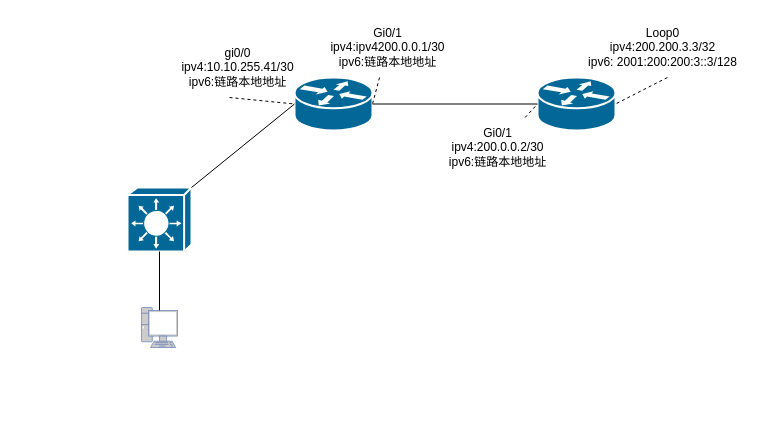
Naruterador/Networkt_topology keeps this draw.io diagram as Network/Untitled Diagram.drawio. Above is the earlier version. Source tidied: cells renumbered, new cells numbered last; positions are measured from the earlier drawing's top-left corner, leaving out a move shared by most shapes. Both pictures are drawn from the tidied source at 100%, with x=0, y=0 at pixel (127, 17).
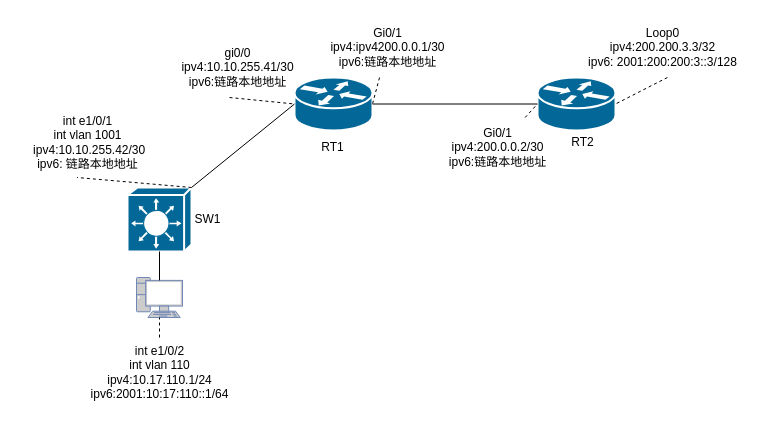
Above is the later version.

Commit message:
ipv6_nat

The change refers to these unchanged cells:
```xml
<mxCell id="4" style="shape=mxgraph.cisco.switches.layer_3_switch;sketch=0;html=1;dashed=0;fillColor=#036897;strokeColor=#ffffff;strokeWidth=2;verticalLabelPosition=bottom;verticalAlign=top;align=center;outlineConnect=0;" parent="1" vertex="1">
  <mxGeometry y="170" width="64" height="64" as="geometry" />
</mxCell>
```

What changed in the source:
```diff
@@
     <mxCell id="11" style="fontColor=#0066CC;verticalAlign=top;verticalLabelPosition=bottom;labelPosition=center;align=center;html=1;outlineConnect=0;fillColor=#CCCCCC;strokeColor=#6881B3;gradientColor=none;gradientDirection=north;strokeWidth=2;shape=mxgraph.networks.pc;" parent="1" vertex="1">
-      <mxGeometry x="14" y="290" width="36" height="40" as="geometry" />
+      <mxGeometry x="9" y="260" width="46" height="40" as="geometry" />
     </mxCell>
@@
+    <mxCell id="17" value="int e1/0/1&lt;br&gt;int vlan 1001&lt;br&gt;&lt;div&gt;&amp;nbsp;ipv4:10.10.255.42/30&lt;/div&gt;&lt;div&gt;ipv6: 链路本地地址&lt;/div&gt;" style="text;html=1;align=center;verticalAlign=middle;points=[];strokeColor=none;fillColor=none;" parent="1" vertex="1">
+      <mxGeometry x="-110" y="90" width="140" height="70" as="geometry" />
+    </mxCell>
+    <mxCell id="18" style="endArrow=none;dashed=1;html=1;rounded=0;entryX=0.425;entryY=1;entryDx=0;entryDy=0;entryPerimeter=0;exitX=1;exitY=0;exitDx=0;exitDy=0;exitPerimeter=0;" parent="1" edge="1" source="4" target="17">
+      <mxGeometry relative="1" as="geometry" />
+    </mxCell>
+    <mxCell id="19" value="int e1/0/2&lt;br&gt;int vlan 110&lt;br&gt;ipv4:10.17.110.1/24&lt;br&gt;ipv6:2001:10:17:110::1/64" style="text;html=1;align=center;verticalAlign=middle;points=[];strokeColor=none;fillColor=none;" parent="1" vertex="1">
+      <mxGeometry x="-48" y="320" width="160" height="70" as="geometry" />
+    </mxCell>
+    <mxCell id="20" style="endArrow=none;dashed=1;html=1;rounded=0;entryX=0.5;entryY=1;entryDx=0;entryDy=0;entryPerimeter=0;" parent="1" edge="1" source="19" target="11">
+      <mxGeometry relative="1" as="geometry" />
+    </mxCell>
+    <mxCell id="21" value="SW1" style="text;html=1;align=center;verticalAlign=middle;strokeColor=none;fillColor=none;" parent="1" vertex="1">
+      <mxGeometry x="55" y="187" width="50" height="30" as="geometry" />
+    </mxCell>
+    <mxCell id="22" value="RT1" style="text;html=1;align=center;verticalAlign=middle;strokeColor=none;fillColor=none;" parent="1" vertex="1">
+      <mxGeometry x="180" y="115" width="50" height="30" as="geometry" />
+    </mxCell>
+    <mxCell id="23" value="RT2" style="text;html=1;align=center;verticalAlign=middle;strokeColor=none;fillColor=none;" parent="1" vertex="1">
+      <mxGeometry x="430" y="110" width="50" height="30" as="geometry" />
+    </mxCell>
```
